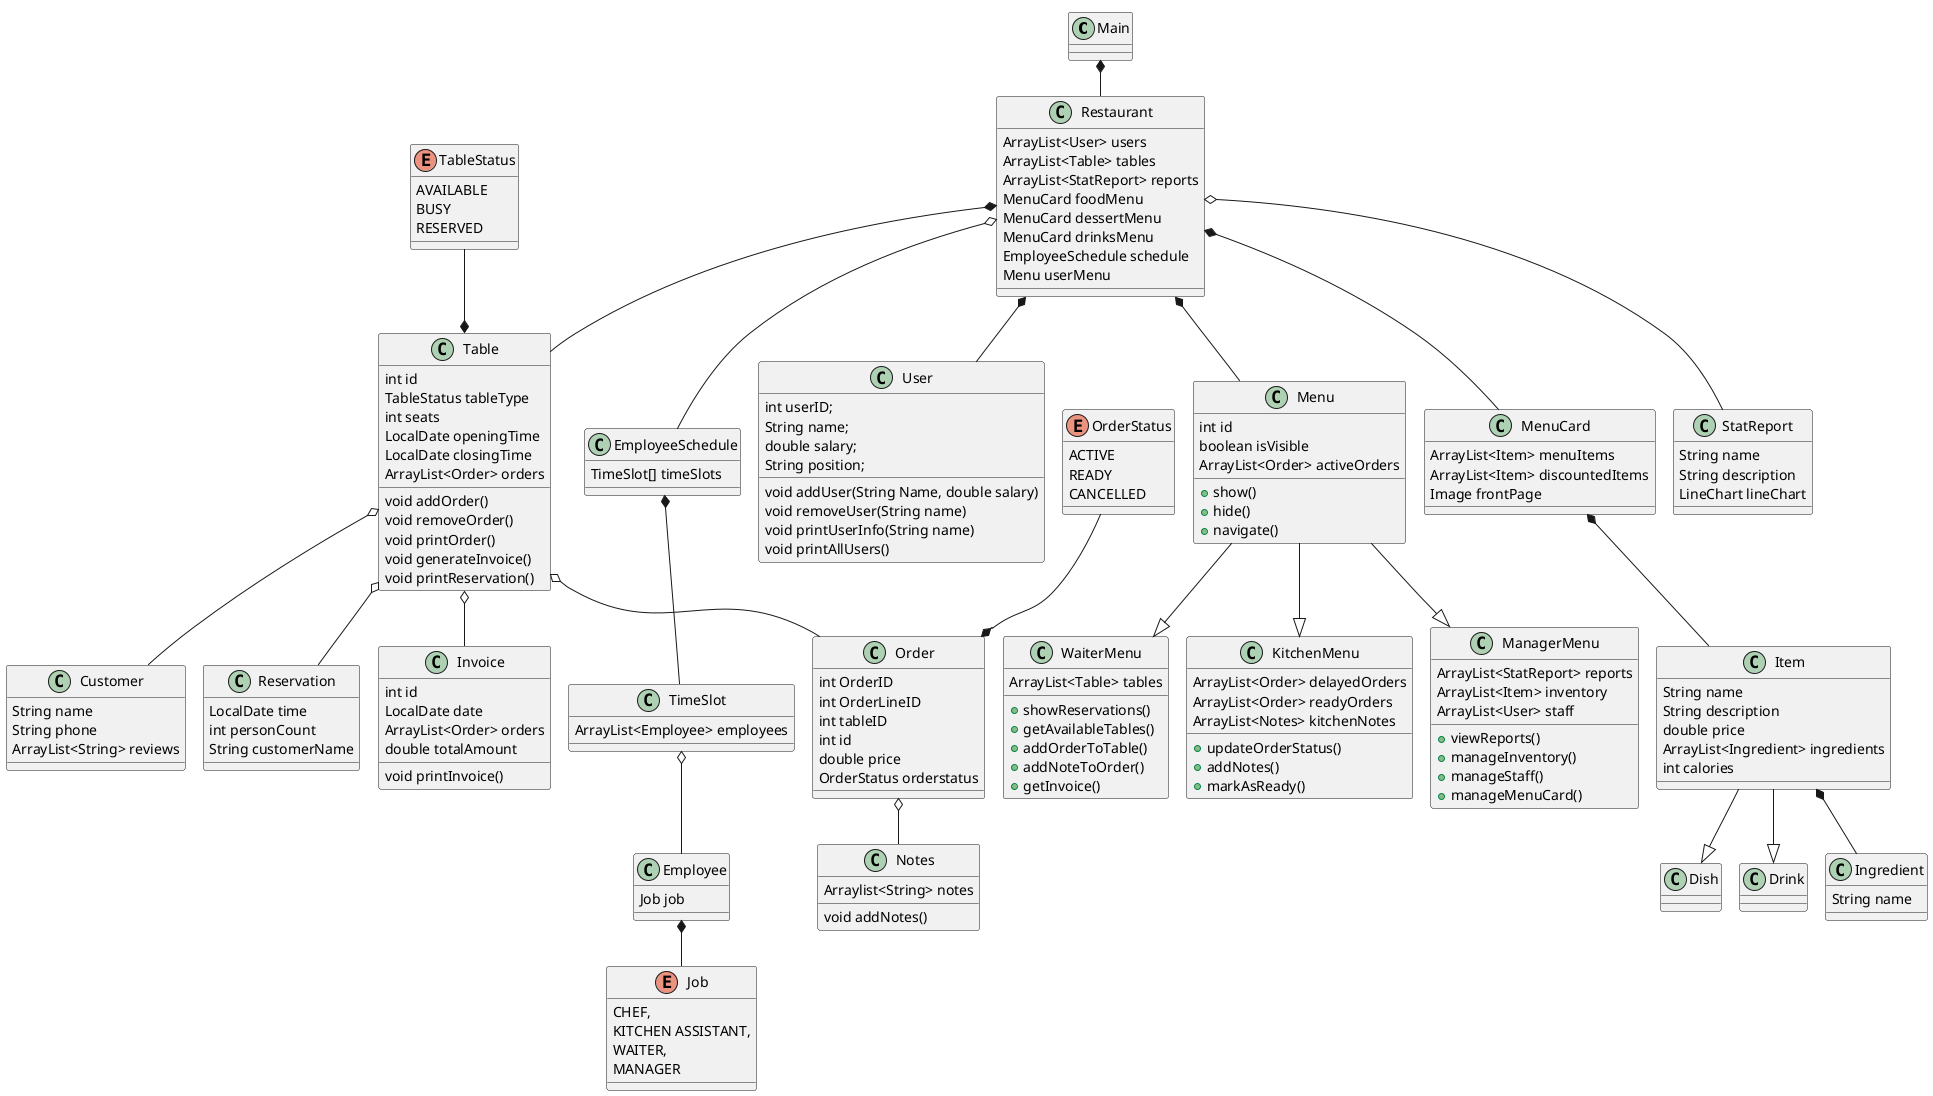
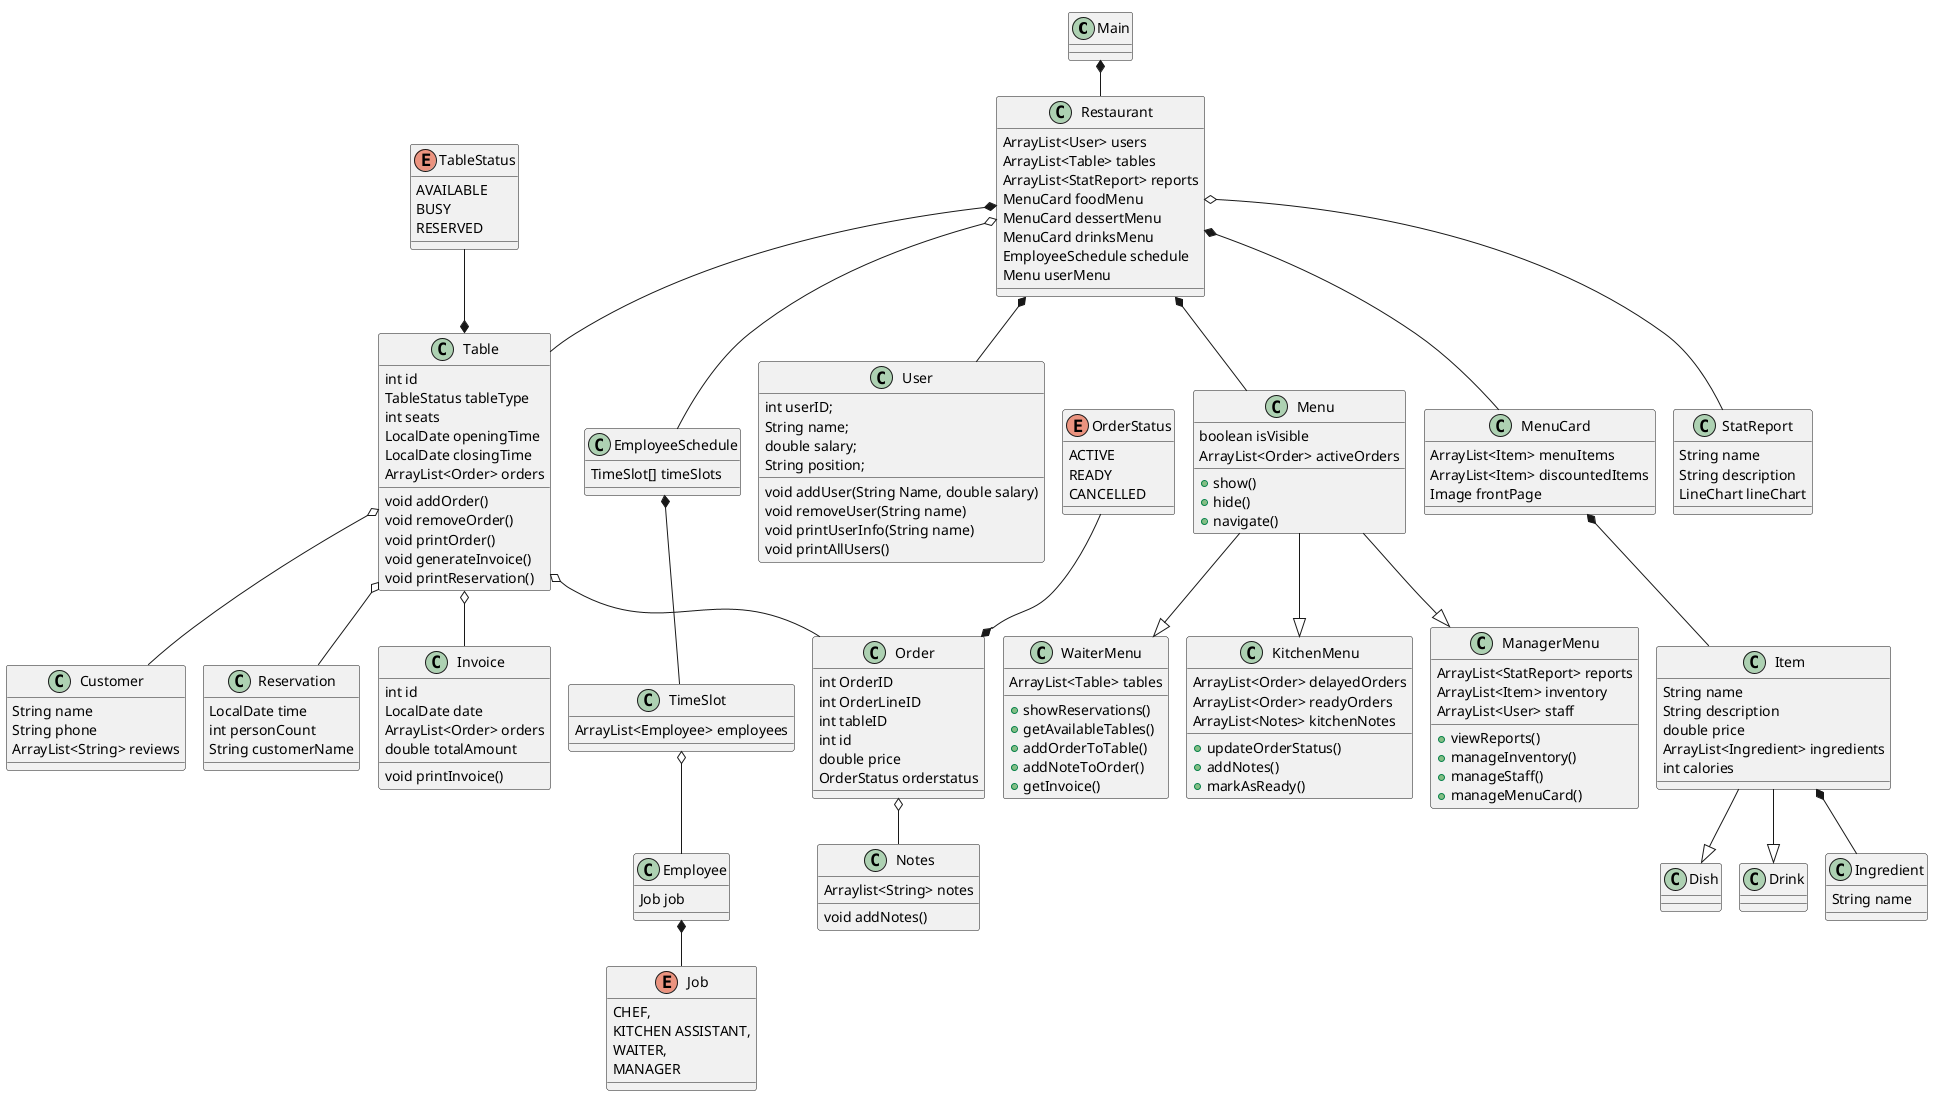
@startuml
!pragma layout smetana

' Del 1
class Main {

}
class Restaurant {
ArrayList<User> users
ArrayList<Table> tables
ArrayList<StatReport> reports
MenuCard foodMenu
MenuCard dessertMenu
MenuCard drinksMenu
EmployeeSchedule schedule
Menu userMenu

}
class User {
int userID;
String name;
double salary;
String position;

void addUser(String Name, double salary)
void removeUser(String name)
void printUserInfo(String name)
void printAllUsers()



}

' Del 2
class Menu{
-     int id
    boolean isVisible
    ArrayList<Order> activeOrders
    + show()
    + hide()
    + navigate()
}

class KitchenMenu{
    ArrayList<Order> delayedOrders
    ArrayList<Order> readyOrders
    ArrayList<Notes> kitchenNotes
    + updateOrderStatus()
    + addNotes()
    + markAsReady()
}

class ManagerMenu {
    ArrayList<StatReport> reports
    ArrayList<Item> inventory
    ArrayList<User> staff
    + viewReports()
    + manageInventory()
    + manageStaff()
    + manageMenuCard()
}
class WaiterMenu {
    ArrayList<Table> tables
    + showReservations()
    + getAvailableTables()
    + addOrderToTable()
    + addNoteToOrder()
    + getInvoice()

}

' Del 3
class Table {
    int id
    TableStatus tableType
    int seats
    LocalDate openingTime
    LocalDate closingTime
    ArrayList<Order> orders

    void addOrder()
    void removeOrder()
    void printOrder()
    void generateInvoice()
    void printReservation()
}
enum TableStatus {
    AVAILABLE
    BUSY
    RESERVED
}
class Customer {
    String name
    String phone
    ArrayList<String> reviews
}
class Reservation {
    LocalDate time
    int personCount
    String customerName
}

class Order {
    int OrderID
    int OrderLineID
    int tableID
    int id
    double price
    OrderStatus orderstatus

}

enum OrderStatus{
    ACTIVE
    READY
    CANCELLED
}

class Notes {
    Arraylist<String> notes
    void addNotes()
}
class Invoice {
    int id
    LocalDate date
    ArrayList<Order> orders
    double totalAmount
    void printInvoice()
}

' Del 4
class MenuCard {
    ArrayList<Item> menuItems
    ArrayList<Item> discountedItems
    Image frontPage
}
class Item {
    String name
    String description
    double price
    ArrayList<Ingredient> ingredients
    int calories
}
class Dish
class Drink
class Ingredient {
    String name
}
class StatReport {
    String name
    String description
    LineChart lineChart
}
class EmployeeSchedule {
    TimeSlot[] timeSlots
}

class TimeSlot {
    ArrayList<Employee> employees
}

class Employee {
    Job job
}

enum Job {
    CHEF,
    KITCHEN ASSISTANT,
    WAITER,
    MANAGER
}
Main *-- Restaurant
Restaurant *-- User
Restaurant *-- Menu
Menu --|> KitchenMenu
Menu --|> ManagerMenu
Menu --|> WaiterMenu
Restaurant *-- MenuCard
Restaurant *-- Table
TableStatus --* Table
Table o-- Order
Order o-- Notes
OrderStatus --* Order
Table o-- Customer
Table o-- Invoice
Table o-- Reservation
Restaurant o-- StatReport
Restaurant o-- EmployeeSchedule
EmployeeSchedule *-- TimeSlot
TimeSlot o-- Employee
Employee *-- Job
MenuCard *-- Item
Item --|> Dish
Item --|> Drink
Item *-- Ingredient

@enduml